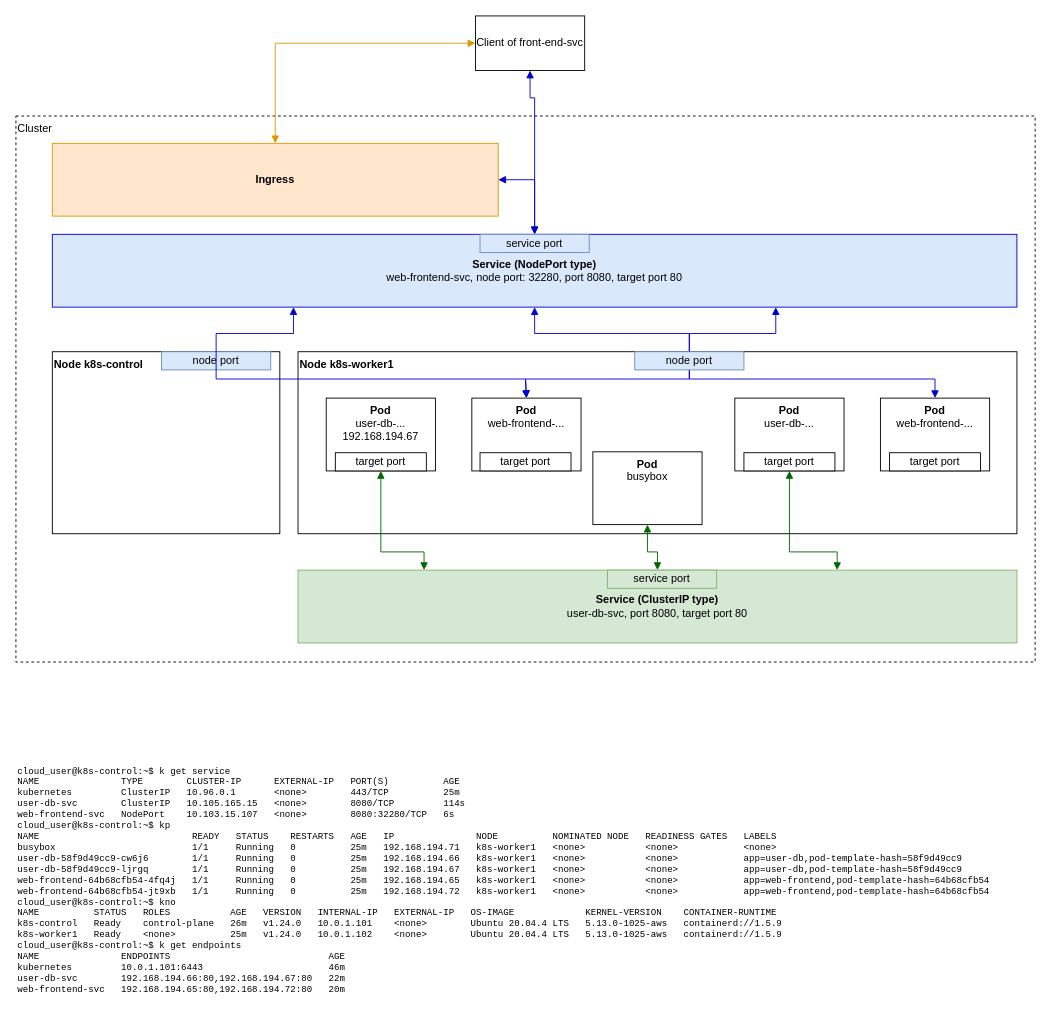
Above: kubernetes.drawio in glahitette/kubernetes (draw.io), before the change. Source tidied: cells renumbered, new cells numbered last; positions are measured from the earlier drawing's top-left corner, leaving out a move shared by most shapes. Both pictures are drawn from the tidied source at 91%, with x=0, y=0 at pixel (15, 15).
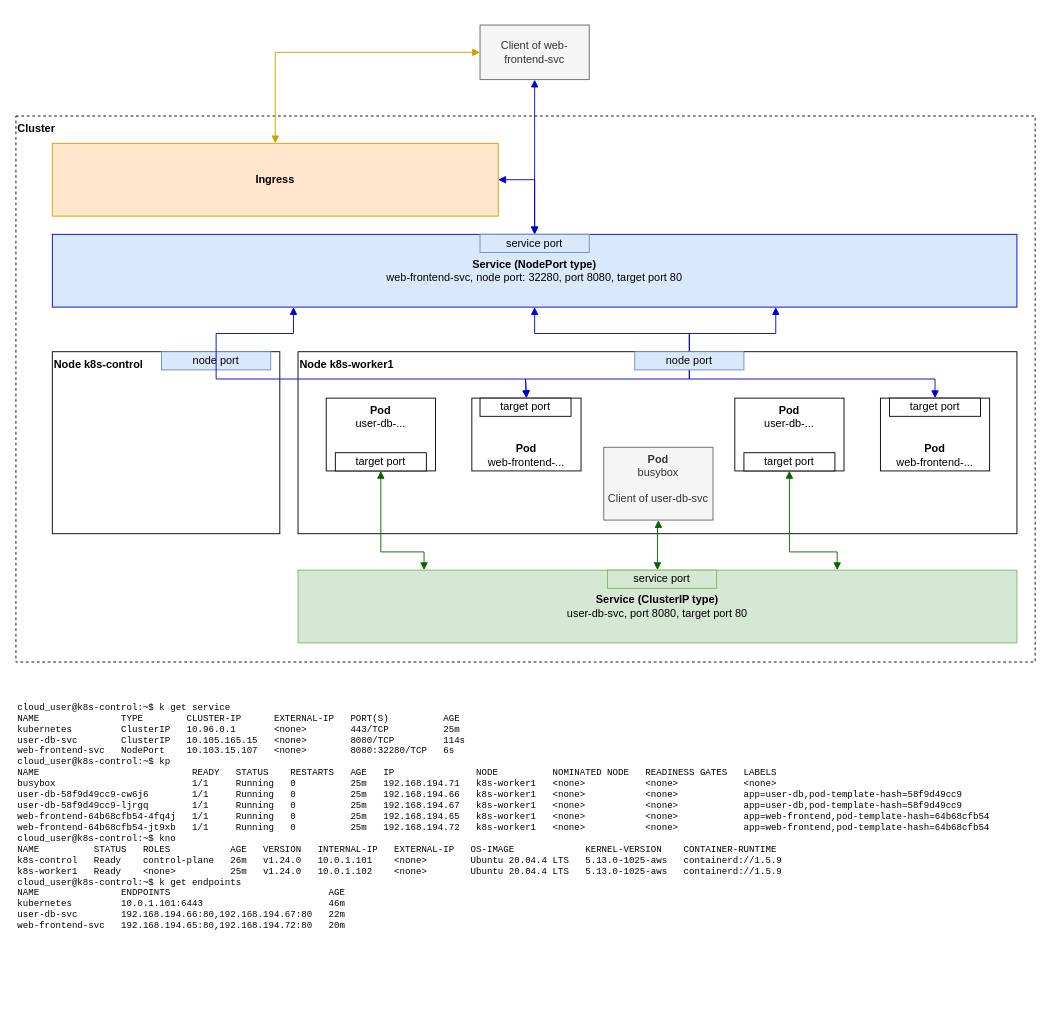
After the change.

The change refers to these unchanged cells:
```xml
<mxCell id="7" value="&lt;b&gt;Service (NodePort type)&lt;/b&gt;&lt;br&gt;web-frontend-svc, node port: 32280, port 8080, target port 80" style="rounded=0;whiteSpace=wrap;html=1;verticalAlign=middle;fillColor=#dae8fc;strokeColor=#0000CC;fontColor=#000000;" parent="1" vertex="1">
  <mxGeometry x="40" y="240" width="1060" height="80" as="geometry" />
</mxCell>
<mxCell id="8" value="&lt;b&gt;Service (ClusterIP type)&lt;/b&gt;&lt;br&gt;user-db-svc, port 8080, target port 80" style="rounded=0;whiteSpace=wrap;html=1;verticalAlign=middle;fillColor=#d5e8d4;strokeColor=#82b366;" parent="1" vertex="1">
  <mxGeometry x="310" y="609" width="790" height="80" as="geometry" />
</mxCell>
<mxCell id="29" value="&lt;b&gt;Ingress&lt;/b&gt;" style="rounded=0;whiteSpace=wrap;html=1;verticalAlign=middle;fillColor=#ffe6cc;strokeColor=#d79b00;" parent="1" vertex="1">
  <mxGeometry x="40" y="140" width="490" height="80" as="geometry" />
</mxCell>
```

The edit, as a diff of the source:
```diff
@@
-    <mxCell id="2" value="Cluster" style="rounded=0;whiteSpace=wrap;html=1;verticalAlign=top;dashed=1;align=left;" parent="1" vertex="1">
+    <mxCell id="2" value="Cluster" style="rounded=0;whiteSpace=wrap;html=1;verticalAlign=top;dashed=1;align=left;fontStyle=1;" parent="1" vertex="1">
       <mxGeometry y="110" width="1120" height="600" as="geometry" />
     </mxCell>
@@
-    <mxCell id="5" value="&lt;b&gt;Pod&lt;/b&gt;&lt;br&gt;web-frontend-..." style="rounded=0;whiteSpace=wrap;html=1;verticalAlign=top;" parent="1" vertex="1">
+    <mxCell id="5" value="&lt;b&gt;Pod&lt;/b&gt;&lt;br&gt;web-frontend-..." style="rounded=0;whiteSpace=wrap;html=1;verticalAlign=bottom;" parent="1" vertex="1">
       <mxGeometry x="501" y="420" width="120" height="80" as="geometry" />
     </mxCell>
-    <mxCell id="6" value="&lt;b&gt;Pod&lt;/b&gt;&lt;br&gt;user-db-...&lt;br&gt;192.168.194.67" style="rounded=0;whiteSpace=wrap;html=1;verticalAlign=top;" parent="1" vertex="1">
+    <mxCell id="6" value="&lt;b&gt;Pod&lt;/b&gt;&lt;br&gt;user-db-..." style="rounded=0;whiteSpace=wrap;html=1;verticalAlign=top;" parent="1" vertex="1">
       <mxGeometry x="341" y="420" width="120" height="80" as="geometry" />
     </mxCell>
@@
-    <mxCell id="9" value="&lt;b&gt;Pod&lt;br&gt;&lt;/b&gt;web-frontend-..." style="rounded=0;whiteSpace=wrap;html=1;verticalAlign=top;" parent="1" vertex="1">
+    <mxCell id="9" value="&lt;b&gt;Pod&lt;br&gt;&lt;/b&gt;web-frontend-..." style="rounded=0;whiteSpace=wrap;html=1;verticalAlign=bottom;" parent="1" vertex="1">
       <mxGeometry x="950" y="420" width="120" height="80" as="geometry" />
     </mxCell>
@@
     <mxCell id="13" value="&lt;div&gt;&lt;div style=&quot;font-size: 10px&quot;&gt;cloud_user@k8s-control:~$ k get service&lt;/div&gt;&lt;div style=&quot;font-size: 10px&quot;&gt;NAME&amp;nbsp; &amp;nbsp; &amp;nbsp; &amp;nbsp; &amp;nbsp; &amp;nbsp; &amp;nbsp; &amp;nbsp;TYPE&amp;nbsp; &amp;nbsp; &amp;nbsp; &amp;nbsp; CLUSTER-IP&amp;nbsp; &amp;nbsp; &amp;nbsp; EXTERNAL-IP&amp;nbsp; &amp;nbsp;PORT(S)&amp;nbsp; &amp;nbsp; &amp;nbsp; &amp;nbsp; &amp;nbsp; AGE&lt;/div&gt;&lt;div style=&quot;font-size: 10px&quot;&gt;kubernetes&amp;nbsp; &amp;nbsp; &amp;nbsp; &amp;nbsp; &amp;nbsp;ClusterIP&amp;nbsp; &amp;nbsp;10.96.0.1&amp;nbsp; &amp;nbsp; &amp;nbsp; &amp;nbsp;&amp;lt;none&amp;gt;&amp;nbsp; &amp;nbsp; &amp;nbsp; &amp;nbsp; 443/TCP&amp;nbsp; &amp;nbsp; &amp;nbsp; &amp;nbsp; &amp;nbsp; 25m&lt;/div&gt;&lt;div style=&quot;font-size: 10px&quot;&gt;user-db-svc&amp;nbsp; &amp;nbsp; &amp;nbsp; &amp;nbsp; ClusterIP&amp;nbsp; &amp;nbsp;10.105.165.15&amp;nbsp; &amp;nbsp;&amp;lt;none&amp;gt;&amp;nbsp; &amp;nbsp; &amp;nbsp; &amp;nbsp; 8080/TCP&amp;nbsp; &amp;nbsp; &amp;nbsp; &amp;nbsp; &amp;nbsp;114s&lt;/div&gt;&lt;div style=&quot;font-size: 10px&quot;&gt;web-frontend-svc&amp;nbsp; &amp;nbsp;NodePort&amp;nbsp; &amp;nbsp; 10.103.15.107&amp;nbsp; &amp;nbsp;&amp;lt;none&amp;gt;&amp;nbsp; &amp;nbsp; &amp;nbsp; &amp;nbsp; 8080:32280/TCP&amp;nbsp; &amp;nbsp;6s&lt;/div&gt;&lt;div style=&quot;font-size: 10px&quot;&gt;cloud_user@k8s-control:~$ kp&lt;/div&gt;&lt;div style=&quot;font-size: 10px&quot;&gt;NAME&amp;nbsp; &amp;nbsp; &amp;nbsp; &amp;nbsp; &amp;nbsp; &amp;nbsp; &amp;nbsp; &amp;nbsp; &amp;nbsp; &amp;nbsp; &amp;nbsp; &amp;nbsp; &amp;nbsp; &amp;nbsp; READY&amp;nbsp; &amp;nbsp;STATUS&amp;nbsp; &amp;nbsp; RESTARTS&amp;nbsp; &amp;nbsp;AGE&amp;nbsp; &amp;nbsp;IP&amp;nbsp; &amp;nbsp; &amp;nbsp; &amp;nbsp; &amp;nbsp; &amp;nbsp; &amp;nbsp; &amp;nbsp;NODE&amp;nbsp; &amp;nbsp; &amp;nbsp; &amp;nbsp; &amp;nbsp; NOMINATED NODE&amp;nbsp; &amp;nbsp;READINESS GATES&amp;nbsp; &amp;nbsp;LABELS&lt;/div&gt;&lt;div style=&quot;font-size: 10px&quot;&gt;busybox&amp;nbsp; &amp;nbsp; &amp;nbsp; &amp;nbsp; &amp;nbsp; &amp;nbsp; &amp;nbsp; &amp;nbsp; &amp;nbsp; &amp;nbsp; &amp;nbsp; &amp;nbsp; &amp;nbsp;1/1&amp;nbsp; &amp;nbsp; &amp;nbsp;Running&amp;nbsp; &amp;nbsp;0&amp;nbsp; &amp;nbsp; &amp;nbsp; &amp;nbsp; &amp;nbsp; 25m&amp;nbsp; &amp;nbsp;192.168.194.71&amp;nbsp; &amp;nbsp;k8s-worker1&amp;nbsp; &amp;nbsp;&amp;lt;none&amp;gt;&amp;nbsp; &amp;nbsp; &amp;nbsp; &amp;nbsp; &amp;nbsp; &amp;nbsp;&amp;lt;none&amp;gt;&amp;nbsp; &amp;nbsp; &amp;nbsp; &amp;nbsp; &amp;nbsp; &amp;nbsp; &amp;lt;none&amp;gt;&lt;/div&gt;&lt;div style=&quot;font-size: 10px&quot;&gt;user-db-58f9d49cc9-cw6j6&amp;nbsp; &amp;nbsp; &amp;nbsp; &amp;nbsp; 1/1&amp;nbsp; &amp;nbsp; &amp;nbsp;Running&amp;nbsp; &amp;nbsp;0&amp;nbsp; &amp;nbsp; &amp;nbsp; &amp;nbsp; &amp;nbsp; 25m&amp;nbsp; &amp;nbsp;192.168.194.66&amp;nbsp; &amp;nbsp;k8s-worker1&amp;nbsp; &amp;nbsp;&amp;lt;none&amp;gt;&amp;nbsp; &amp;nbsp; &amp;nbsp; &amp;nbsp; &amp;nbsp; &amp;nbsp;&amp;lt;none&amp;gt;&amp;nbsp; &amp;nbsp; &amp;nbsp; &amp;nbsp; &amp;nbsp; &amp;nbsp; app=user-db,pod-template-hash=58f9d49cc9&lt;/div&gt;&lt;div style=&quot;font-size: 10px&quot;&gt;user-db-58f9d49cc9-ljrgq&amp;nbsp; &amp;nbsp; &amp;nbsp; &amp;nbsp; 1/1&amp;nbsp; &amp;nbsp; &amp;nbsp;Running&amp;nbsp; &amp;nbsp;0&amp;nbsp; &amp;nbsp; &amp;nbsp; &amp;nbsp; &amp;nbsp; 25m&amp;nbsp; &amp;nbsp;192.168.194.67&amp;nbsp; &amp;nbsp;k8s-worker1&amp;nbsp; &amp;nbsp;&amp;lt;none&amp;gt;&amp;nbsp; &amp;nbsp; &amp;nbsp; &amp;nbsp; &amp;nbsp; &amp;nbsp;&amp;lt;none&amp;gt;&amp;nbsp; &amp;nbsp; &amp;nbsp; &amp;nbsp; &amp;nbsp; &amp;nbsp; app=user-db,pod-template-hash=58f9d49cc9&lt;/div&gt;&lt;div style=&quot;font-size: 10px&quot;&gt;web-frontend-64b68cfb54-4fq4j&amp;nbsp; &amp;nbsp;1/1&amp;nbsp; &amp;nbsp; &amp;nbsp;Running&amp;nbsp; &amp;nbsp;0&amp;nbsp; &amp;nbsp; &amp;nbsp; &amp;nbsp; &amp;nbsp; 25m&amp;nbsp; &amp;nbsp;192.168.194.65&amp;nbsp; &amp;nbsp;k8s-worker1&amp;nbsp; &amp;nbsp;&amp;lt;none&amp;gt;&amp;nbsp; &amp;nbsp; &amp;nbsp; &amp;nbsp; &amp;nbsp; &amp;nbsp;&amp;lt;none&amp;gt;&amp;nbsp; &amp;nbsp; &amp;nbsp; &amp;nbsp; &amp;nbsp; &amp;nbsp; app=web-frontend,pod-template-hash=64b68cfb54&lt;/div&gt;&lt;div style=&quot;font-size: 10px&quot;&gt;web-frontend-64b68cfb54-jt9xb&amp;nbsp; &amp;nbsp;1/1&amp;nbsp; &amp;nbsp; &amp;nbsp;Running&amp;nbsp; &amp;nbsp;0&amp;nbsp; &amp;nbsp; &amp;nbsp; &amp;nbsp; &amp;nbsp; 25m&amp;nbsp; &amp;nbsp;192.168.194.72&amp;nbsp; &amp;nbsp;k8s-worker1&amp;nbsp; &amp;nbsp;&amp;lt;none&amp;gt;&amp;nbsp; &amp;nbsp; &amp;nbsp; &amp;nbsp; &amp;nbsp; &amp;nbsp;&amp;lt;none&amp;gt;&amp;nbsp; &amp;nbsp; &amp;nbsp; &amp;nbsp; &amp;nbsp; &amp;nbsp; app=web-frontend,pod-template-hash=64b68cfb54&lt;/div&gt;&lt;div style=&quot;font-size: 10px&quot;&gt;cloud_user@k8s-control:~$ kno&lt;/div&gt;&lt;div style=&quot;font-size: 10px&quot;&gt;NAME&amp;nbsp; &amp;nbsp; &amp;nbsp; &amp;nbsp; &amp;nbsp; STATUS&amp;nbsp; &amp;nbsp;ROLES&amp;nbsp; &amp;nbsp; &amp;nbsp; &amp;nbsp; &amp;nbsp; &amp;nbsp;AGE&amp;nbsp; &amp;nbsp;VERSION&amp;nbsp; &amp;nbsp;INTERNAL-IP&amp;nbsp; &amp;nbsp;EXTERNAL-IP&amp;nbsp; &amp;nbsp;OS-IMAGE&amp;nbsp; &amp;nbsp; &amp;nbsp; &amp;nbsp; &amp;nbsp; &amp;nbsp; &amp;nbsp;KERNEL-VERSION&amp;nbsp; &amp;nbsp; CONTAINER-RUNTIME&lt;/div&gt;&lt;div style=&quot;font-size: 10px&quot;&gt;k8s-control&amp;nbsp; &amp;nbsp;Ready&amp;nbsp; &amp;nbsp; control-plane&amp;nbsp; &amp;nbsp;26m&amp;nbsp; &amp;nbsp;v1.24.0&amp;nbsp; &amp;nbsp;10.0.1.101&amp;nbsp; &amp;nbsp; &amp;lt;none&amp;gt;&amp;nbsp; &amp;nbsp; &amp;nbsp; &amp;nbsp; Ubuntu 20.04.4 LTS&amp;nbsp; &amp;nbsp;5.13.0-1025-aws&amp;nbsp; &amp;nbsp;containerd://1.5.9&lt;/div&gt;&lt;div style=&quot;font-size: 10px&quot;&gt;k8s-worker1&amp;nbsp; &amp;nbsp;Ready&amp;nbsp; &amp;nbsp; &amp;lt;none&amp;gt;&amp;nbsp; &amp;nbsp; &amp;nbsp; &amp;nbsp; &amp;nbsp; 25m&amp;nbsp; &amp;nbsp;v1.24.0&amp;nbsp; &amp;nbsp;10.0.1.102&amp;nbsp; &amp;nbsp; &amp;lt;none&amp;gt;&amp;nbsp; &amp;nbsp; &amp;nbsp; &amp;nbsp; Ubuntu 20.04.4 LTS&amp;nbsp; &amp;nbsp;5.13.0-1025-aws&amp;nbsp; &amp;nbsp;containerd://1.5.9&lt;/div&gt;&lt;div&gt;&lt;div&gt;cloud_user@k8s-control:~$ k get endpoints&lt;/div&gt;&lt;div&gt;NAME&amp;nbsp; &amp;nbsp; &amp;nbsp; &amp;nbsp; &amp;nbsp; &amp;nbsp; &amp;nbsp; &amp;nbsp;ENDPOINTS&amp;nbsp; &amp;nbsp; &amp;nbsp; &amp;nbsp; &amp;nbsp; &amp;nbsp; &amp;nbsp; &amp;nbsp; &amp;nbsp; &amp;nbsp; &amp;nbsp; &amp;nbsp; &amp;nbsp; &amp;nbsp; &amp;nbsp;AGE&lt;/div&gt;&lt;div&gt;kubernetes&amp;nbsp; &amp;nbsp; &amp;nbsp; &amp;nbsp; &amp;nbsp;10.0.1.101:6443&amp;nbsp; &amp;nbsp; &amp;nbsp; &amp;nbsp; &amp;nbsp; &amp;nbsp; &amp;nbsp; &amp;nbsp; &amp;nbsp; &amp;nbsp; &amp;nbsp; &amp;nbsp;46m&lt;/div&gt;&lt;div&gt;user-db-svc&amp;nbsp; &amp;nbsp; &amp;nbsp; &amp;nbsp; 192.168.194.66:80,192.168.194.67:80&amp;nbsp; &amp;nbsp;22m&lt;/div&gt;&lt;div&gt;web-frontend-svc&amp;nbsp; &amp;nbsp;192.168.194.65:80,192.168.194.72:80&amp;nbsp; &amp;nbsp;20m&lt;/div&gt;&lt;/div&gt;&lt;/div&gt;" style="rounded=0;whiteSpace=wrap;html=1;verticalAlign=middle;align=left;fontFamily=Courier New;fontSize=10;strokeColor=none;" parent="1" vertex="1">
-      <mxGeometry y="820" width="1110" height="260" as="geometry" />
+      <mxGeometry y="750" width="1110" height="260" as="geometry" />
     </mxCell>
-    <mxCell id="14" value="&lt;b&gt;Pod&lt;/b&gt;&lt;br&gt;busybox" style="rounded=0;whiteSpace=wrap;html=1;verticalAlign=top;" parent="1" vertex="1">
-      <mxGeometry x="634" y="479" width="120" height="80" as="geometry" />
+    <mxCell id="14" value="&lt;b&gt;Pod&lt;/b&gt;&lt;br&gt;busybox&lt;br&gt;&lt;br&gt;Client of user-db-svc" style="rounded=0;whiteSpace=wrap;html=1;verticalAlign=top;fillColor=#f5f5f5;fontColor=#333333;strokeColor=#666666;" parent="1" vertex="1">
+      <mxGeometry x="646" y="474" width="120" height="80" as="geometry" />
     </mxCell>
@@
-    <mxCell id="17" value="Client of front-end-svc" style="rounded=0;whiteSpace=wrap;html=1;" parent="1" vertex="1">
-      <mxGeometry x="505" width="120" height="60" as="geometry" />
+    <mxCell id="17" value="Client of web-frontend-svc" style="rounded=0;whiteSpace=wrap;html=1;fillColor=#f5f5f5;fontColor=#333333;strokeColor=#666666;" parent="1" vertex="1">
+      <mxGeometry x="510" y="10" width="120" height="60" as="geometry" />
     </mxCell>
     <mxCell id="18" style="edgeStyle=orthogonalEdgeStyle;html=1;endArrow=block;elbow=vertical;startArrow=block;startFill=1;endFill=1;strokeColor=#0000CC;rounded=0;entryX=0.5;entryY=0;entryDx=0;entryDy=0;exitX=0.5;exitY=1;exitDx=0;exitDy=0;" parent="1" edge="1" source="17" target="7">
       <mxGeometry relative="1" as="geometry">
         <Array as="points">
-          <mxPoint x="565" y="90" />
-          <mxPoint x="570" y="90" />
+          <mxPoint x="570" y="80" />
+          <mxPoint x="570" y="80" />
         </Array>
       </mxGeometry>
     </mxCell>
@@
     <mxCell id="22" style="edgeStyle=orthogonalEdgeStyle;html=1;endArrow=block;elbow=vertical;startArrow=block;startFill=1;endFill=1;strokeColor=#006600;rounded=0;entryX=0.5;entryY=0;entryDx=0;entryDy=0;exitX=0.5;exitY=1;exitDx=0;exitDy=0;" parent="1" edge="1" source="14" target="8">
       <mxGeometry relative="1" as="geometry">
         <Array as="points">
-          <mxPoint x="694" y="589" />
-          <mxPoint x="705" y="589" />
+          <mxPoint x="705" y="559" />
         </Array>
       </mxGeometry>
     </mxCell>
@@
     <mxCell id="26" value="target port" style="rounded=0;whiteSpace=wrap;html=1;" parent="1" vertex="1">
-      <mxGeometry x="510" y="480" width="100" height="20" as="geometry" />
+      <mxGeometry x="510" y="420" width="100" height="20" as="geometry" />
     </mxCell>
@@
     <mxCell id="28" value="target port" style="rounded=0;whiteSpace=wrap;html=1;" parent="1" vertex="1">
-      <mxGeometry x="960" y="480" width="100" height="20" as="geometry" />
+      <mxGeometry x="960" y="420" width="100" height="20" as="geometry" />
     </mxCell>
@@
     <mxCell id="31" style="edgeStyle=orthogonalEdgeStyle;html=1;endArrow=block;elbow=vertical;startArrow=block;startFill=1;endFill=1;strokeColor=#D79B00;rounded=0;entryX=0.5;entryY=0;entryDx=0;entryDy=0;exitX=0;exitY=0.5;exitDx=0;exitDy=0;" parent="1" edge="1" source="17" target="29">
       <mxGeometry relative="1" as="geometry">
         <Array as="points">
-          <mxPoint x="285" y="30" />
+          <mxPoint x="285" y="40" />
         </Array>
       </mxGeometry>
     </mxCell>
```
